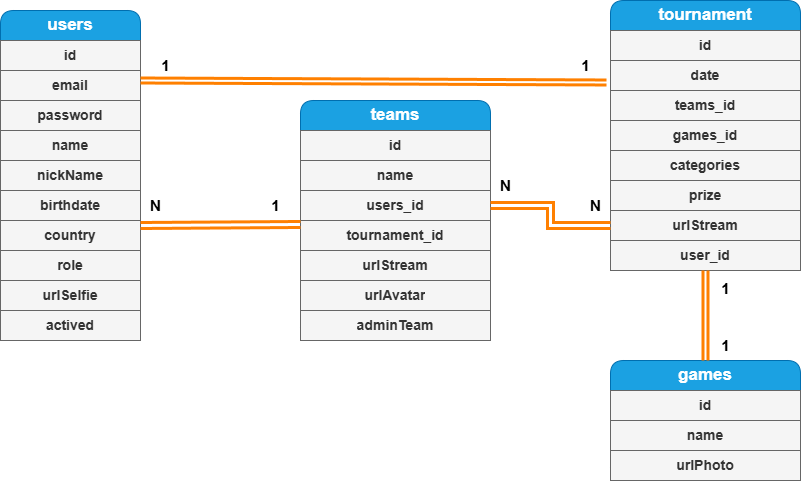
Above: Diagrama Entidad Relaciones Game Stream Tournament.drawio.png in FabricioIrazoqui/DiagramaEntidad-GameStreamTorunament (draw.io), before the change. Source tidied: cells renumbered, new cells last; positions are measured from the earlier drawing's top-left corner, leaving out a move shared by most shapes.
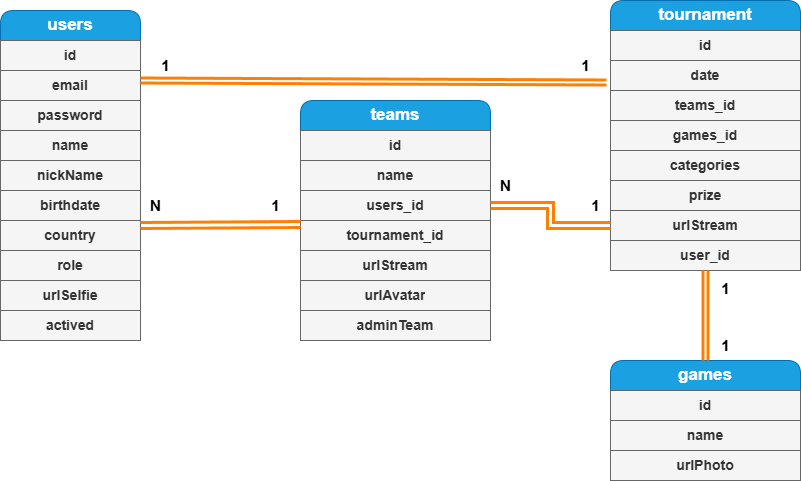
After the commit.

The edit, as a diff of the source:
```diff
@@ -135,8 +135,8 @@
     <mxCell id="44" value="&lt;font style=&quot;font-size: 15px;&quot;&gt;&lt;b&gt;1&lt;/b&gt;&lt;/font&gt;" style="text;html=1;align=center;verticalAlign=middle;strokeColor=none;fillColor=none;" parent="1" vertex="1">
       <mxGeometry x="260" y="190" width="30" height="30" as="geometry" />
     </mxCell>
-    <mxCell id="45" value="&lt;b style=&quot;font-size: 15px;&quot;&gt;N&lt;/b&gt;" style="text;html=1;align=center;verticalAlign=middle;strokeColor=none;fillColor=none;" parent="1" vertex="1">
-      <mxGeometry x="580" y="190" width="30" height="30" as="geometry" />
-    </mxCell>
+    <mxCell id="46" value="&lt;font style=&quot;font-size: 15px;&quot;&gt;&lt;b&gt;1&lt;/b&gt;&lt;/font&gt;" style="text;html=1;align=center;verticalAlign=middle;strokeColor=none;fillColor=none;" parent="1" vertex="1">
+      <mxGeometry x="580" y="190" width="30" height="30" as="geometry" />
+    </mxCell>
   </root>
 </mxGraphModel>
```
